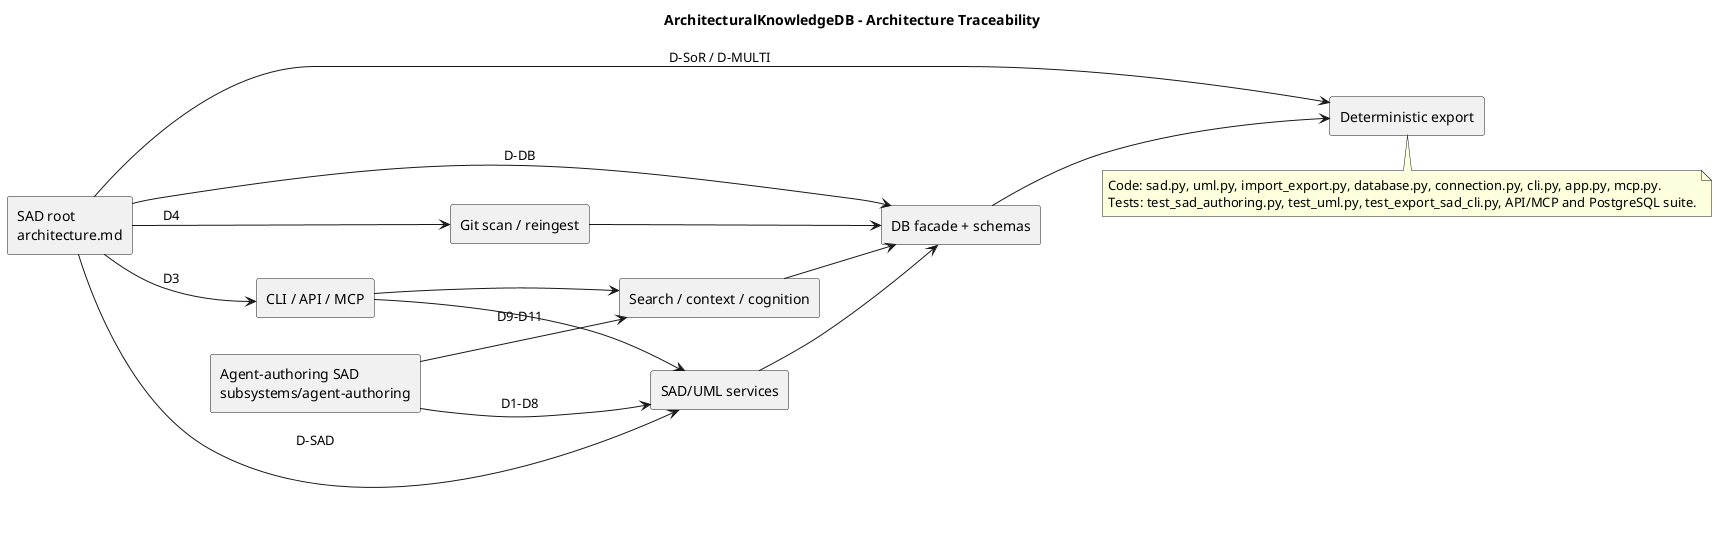
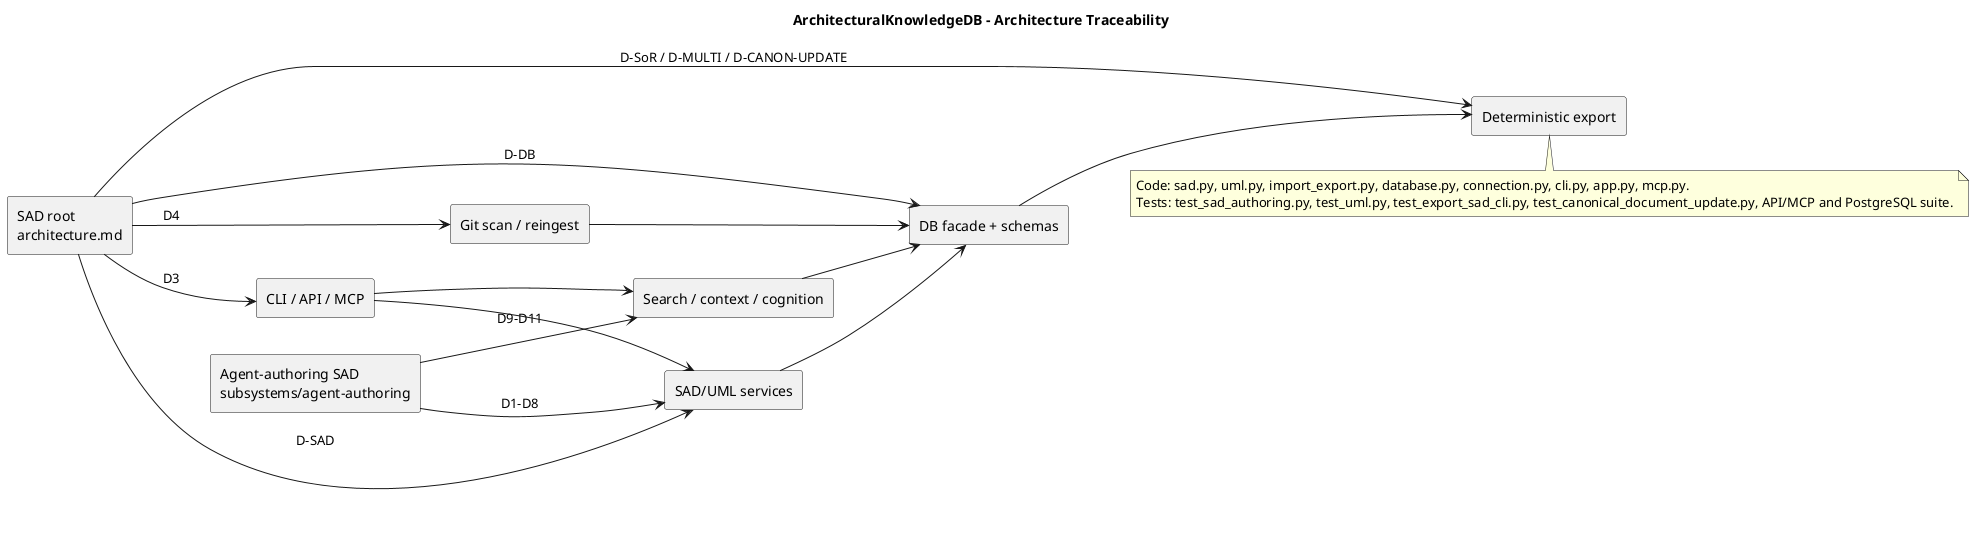
@startuml akdb-traceability
title ArchitecturalKnowledgeDB - Architecture Traceability
left to right direction
rectangle "SAD root\narchitecture.md" as Root
rectangle "Agent-authoring SAD\nsubsystems/agent-authoring" as Child
rectangle "DB facade + schemas" as DB
rectangle "CLI / API / MCP" as Surfaces
rectangle "SAD/UML services" as Authoring
rectangle "Search / context / cognition" as Recall
rectangle "Git scan / reingest" as Provenance
rectangle "Deterministic export" as Export
Root --> DB : D-DB
Root --> Authoring : D-SAD
- Root --> Export : D-SoR / D-MULTI
+ Root --> Export : D-SoR / D-MULTI / D-CANON-UPDATE
Root --> Surfaces : D3
Root --> Provenance : D4
Child --> Authoring : D1-D8
Child --> Recall : D9-D11
Surfaces --> Authoring
Surfaces --> Recall
Authoring --> DB
Recall --> DB
Provenance --> DB
DB --> Export
note bottom
Code: sad.py, uml.py, import_export.py, database.py, connection.py, cli.py, app.py, mcp.py.
- Tests: test_sad_authoring.py, test_uml.py, test_export_sad_cli.py, API/MCP and PostgreSQL suite.
+ Tests: test_sad_authoring.py, test_uml.py, test_export_sad_cli.py, test_canonical_document_update.py, API/MCP and PostgreSQL suite.
end note
@enduml
